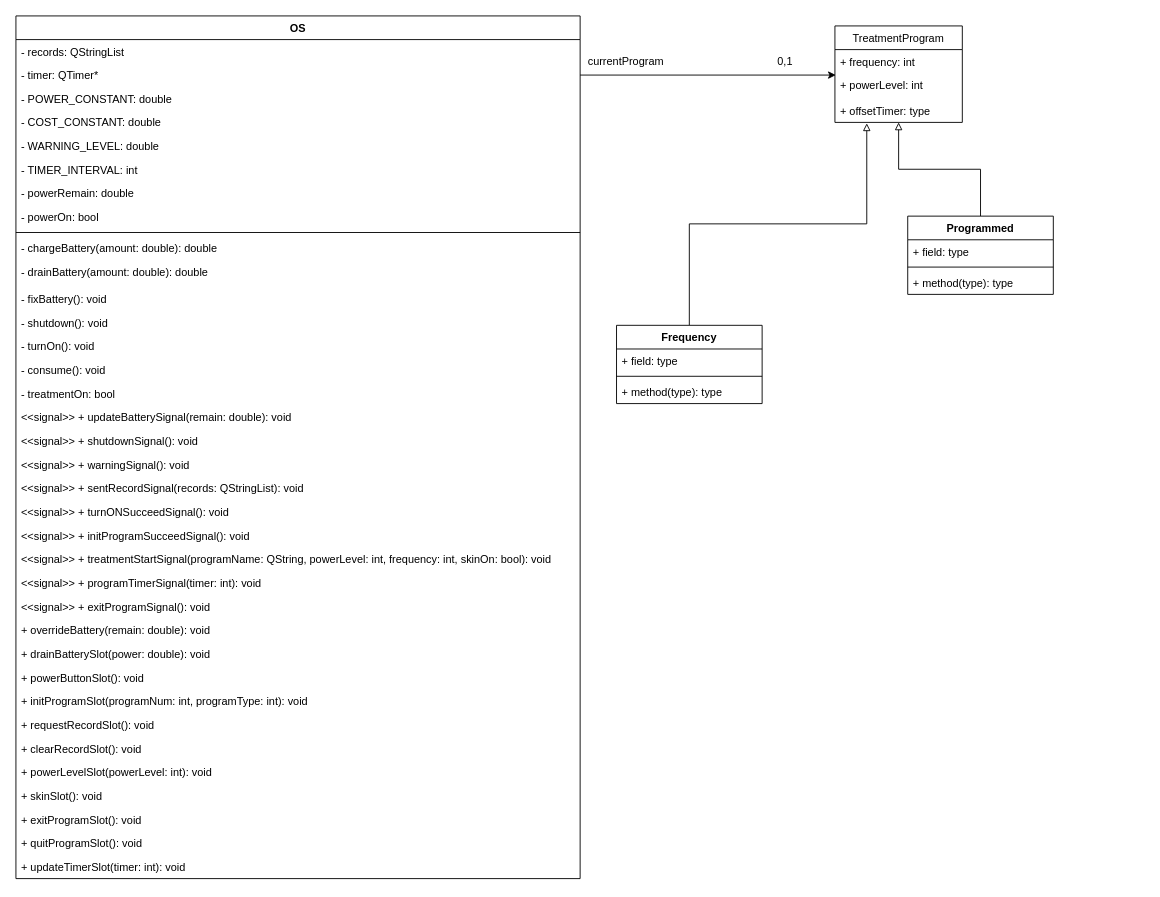
Before: uml/uml design.drawio in moxxxx/MCT-simulator, a draw.io diagram. Source tidied: cells renumbered, new cells numbered last; positions are measured from the earlier drawing's top-left corner, leaving out a move shared by most shapes. Both pictures are drawn from the tidied source at 91%, with x=0, y=0 at pixel (15, 15).
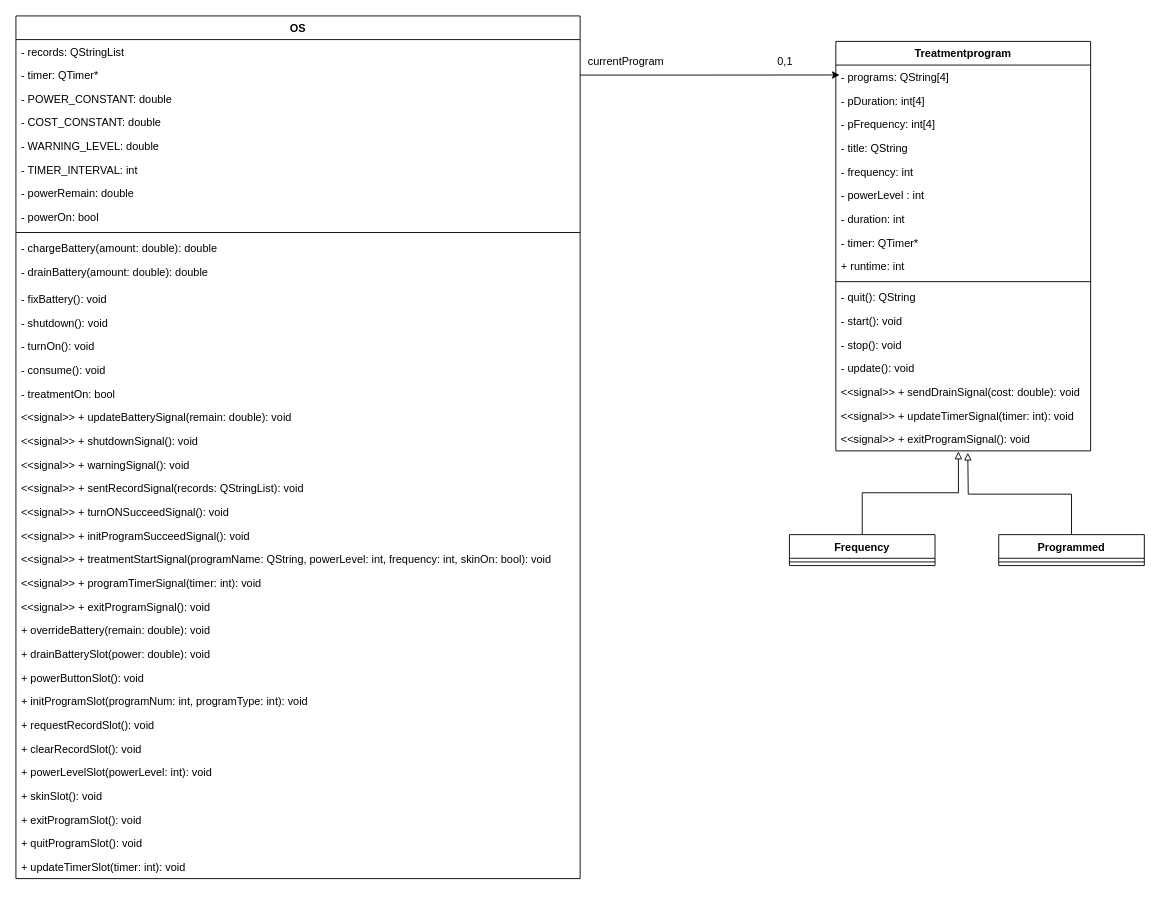
After the change.

The change refers to these unchanged cells:
```xml
<mxCell id="4" value="- timer: QTimer*" style="text;strokeColor=none;fillColor=none;align=left;verticalAlign=top;spacingLeft=4;spacingRight=4;overflow=hidden;points=[[0,0.5],[1,0.5]];portConstraint=eastwest;" parent="2" vertex="1">
  <mxGeometry y="52" width="620" height="26" as="geometry" />
</mxCell>
```

What changed in the source:
```diff
@@
-    <mxCell id="39" value="TreatmentProgram" style="swimlane;fontStyle=0;horizontal=1;startSize=26;fillColor=none;" parent="1" vertex="1">
-      <mxGeometry x="900" y="11" width="140" height="106" as="geometry" />
-    </mxCell>
-    <mxCell id="40" value="+ frequency: int" style="text;strokeColor=none;fillColor=none;align=left;verticalAlign=top;spacingLeft=4;spacingRight=4;overflow=hidden;" parent="39" vertex="1">
-      <mxGeometry y="26" width="140" height="26" as="geometry" />
-    </mxCell>
-    <mxCell id="41" value="+ powerLevel: int" style="text;strokeColor=none;fillColor=none;align=left;verticalAlign=top;spacingLeft=4;spacingRight=4;overflow=hidden;points=[[0,0.5],[1,0.5]];portConstraint=eastwest;" parent="39" vertex="1">
-      <mxGeometry y="52" width="140" height="28" as="geometry" />
-    </mxCell>
-    <mxCell id="42" value="+ offsetTimer: type" style="text;strokeColor=none;fillColor=none;align=left;verticalAlign=top;spacingLeft=4;spacingRight=4;overflow=hidden;points=[[0,0.5],[1,0.5]];portConstraint=eastwest;" parent="39" vertex="1">
-      <mxGeometry y="80" width="140" height="26" as="geometry" />
-    </mxCell>
-    <mxCell id="43" style="edgeStyle=orthogonalEdgeStyle;rounded=0;jettySize=auto;html=1;entryX=0.25;entryY=1.038;entryDx=0;entryDy=0;entryPerimeter=0;endArrow=block;endFill=0;" parent="1" edge="1" source="44" target="42">
+    <mxCell id="43" style="edgeStyle=orthogonalEdgeStyle;rounded=0;jettySize=auto;html=1;endArrow=block;endFill=0;entryX=0.481;entryY=1.026;entryDx=0;entryDy=0;entryPerimeter=0;" parent="1" edge="1" source="44" target="73">
       <mxGeometry relative="1" as="geometry" />
     </mxCell>
     <mxCell id="44" value="Frequency" style="swimlane;fontStyle=1;align=center;verticalAlign=top;horizontal=1;startSize=26;" parent="1" vertex="1">
-      <mxGeometry x="660" y="340" width="160" height="86" as="geometry" />
+      <mxGeometry x="850" y="570" width="160" height="34" as="geometry" />
     </mxCell>
-    <mxCell id="45" value="+ field: type" style="text;strokeColor=none;fillColor=none;align=left;verticalAlign=top;spacingLeft=4;spacingRight=4;overflow=hidden;" parent="44" vertex="1">
-      <mxGeometry y="26" width="160" height="26" as="geometry" />
-    </mxCell>
     <mxCell id="46" style="line;strokeWidth=1;fillColor=none;align=left;verticalAlign=middle;spacingTop=-1;spacingLeft=3;spacingRight=3;labelPosition=right;" parent="44" vertex="1">
-      <mxGeometry y="52" width="160" height="8" as="geometry" />
+      <mxGeometry y="26" width="160" height="8" as="geometry" />
     </mxCell>
-    <mxCell id="47" value="+ method(type): type" style="text;strokeColor=none;fillColor=none;align=left;verticalAlign=top;spacingLeft=4;spacingRight=4;overflow=hidden;" parent="44" vertex="1">
-      <mxGeometry y="60" width="160" height="26" as="geometry" />
-    </mxCell>
-    <mxCell id="48" style="edgeStyle=orthogonalEdgeStyle;rounded=0;jettySize=auto;html=1;endArrow=block;endFill=0;" parent="1" edge="1" source="49" target="39">
-      <mxGeometry relative="1" as="geometry" />
-    </mxCell>
     <mxCell id="49" value="Programmed" style="swimlane;fontStyle=1;align=center;verticalAlign=top;horizontal=1;startSize=26;" parent="1" vertex="1">
-      <mxGeometry x="980" y="220" width="160" height="86" as="geometry" />
+      <mxGeometry x="1080" y="570" width="160" height="34" as="geometry" />
     </mxCell>
-    <mxCell id="50" value="+ field: type" style="text;strokeColor=none;fillColor=none;align=left;verticalAlign=top;spacingLeft=4;spacingRight=4;overflow=hidden;" parent="49" vertex="1">
-      <mxGeometry y="26" width="160" height="26" as="geometry" />
-    </mxCell>
     <mxCell id="51" style="line;strokeWidth=1;fillColor=none;align=left;verticalAlign=middle;spacingTop=-1;spacingLeft=3;spacingRight=3;labelPosition=right;" parent="49" vertex="1">
-      <mxGeometry y="52" width="160" height="8" as="geometry" />
+      <mxGeometry y="26" width="160" height="8" as="geometry" />
     </mxCell>
-    <mxCell id="52" value="+ method(type): type" style="text;strokeColor=none;fillColor=none;align=left;verticalAlign=top;spacingLeft=4;spacingRight=4;overflow=hidden;" parent="49" vertex="1">
-      <mxGeometry y="60" width="160" height="26" as="geometry" />
-    </mxCell>
-    <mxCell id="53" style="edgeStyle=orthogonalEdgeStyle;rounded=0;jettySize=auto;html=1;exitX=1;exitY=0.5;exitDx=0;exitDy=0;entryX=0.007;entryY=0.071;entryDx=0;entryDy=0;entryPerimeter=0;" parent="1" edge="1" source="4" target="41">
+    <mxCell id="53" style="edgeStyle=orthogonalEdgeStyle;rounded=0;jettySize=auto;html=1;exitX=1;exitY=0.5;exitDx=0;exitDy=0;entryX=0.015;entryY=0.082;entryDx=0;entryDy=0;entryPerimeter=0;" parent="1" edge="1" source="4" target="56">
       <mxGeometry relative="1" as="geometry" />
     </mxCell>
@@
+    <mxCell id="56" value="Treatmentprogram" style="swimlane;fontStyle=1;align=center;verticalAlign=top;horizontal=1;startSize=26;" parent="1" vertex="1">
+      <mxGeometry x="901" y="28" width="280" height="450" as="geometry" />
+    </mxCell>
+    <mxCell id="57" value="- programs: QString[4]" style="text;strokeColor=none;fillColor=none;align=left;verticalAlign=top;spacingLeft=4;spacingRight=4;overflow=hidden;" parent="56" vertex="1">
+      <mxGeometry y="26" width="280" height="26" as="geometry" />
+    </mxCell>
+    <mxCell id="58" value="- pDuration: int[4]" style="text;strokeColor=none;fillColor=none;align=left;verticalAlign=top;spacingLeft=4;spacingRight=4;overflow=hidden;" parent="56" vertex="1">
+      <mxGeometry y="52" width="280" height="26" as="geometry" />
+    </mxCell>
+    <mxCell id="59" value="- pFrequency: int[4]" style="text;strokeColor=none;fillColor=none;align=left;verticalAlign=top;spacingLeft=4;spacingRight=4;overflow=hidden;" parent="56" vertex="1">
+      <mxGeometry y="78" width="280" height="26" as="geometry" />
+    </mxCell>
+    <mxCell id="60" value="- title: QString" style="text;strokeColor=none;fillColor=none;align=left;verticalAlign=top;spacingLeft=4;spacingRight=4;overflow=hidden;" parent="56" vertex="1">
+      <mxGeometry y="104" width="280" height="26" as="geometry" />
+    </mxCell>
+    <mxCell id="61" value="- frequency: int" style="text;strokeColor=none;fillColor=none;align=left;verticalAlign=top;spacingLeft=4;spacingRight=4;overflow=hidden;" parent="56" vertex="1">
+      <mxGeometry y="130" width="280" height="26" as="geometry" />
+    </mxCell>
+    <mxCell id="62" value="- powerLevel : int" style="text;strokeColor=none;fillColor=none;align=left;verticalAlign=top;spacingLeft=4;spacingRight=4;overflow=hidden;" parent="56" vertex="1">
+      <mxGeometry y="156" width="280" height="26" as="geometry" />
+    </mxCell>
+    <mxCell id="63" value="- duration: int" style="text;strokeColor=none;fillColor=none;align=left;verticalAlign=top;spacingLeft=4;spacingRight=4;overflow=hidden;" parent="56" vertex="1">
+      <mxGeometry y="182" width="280" height="26" as="geometry" />
+    </mxCell>
+    <mxCell id="64" value="- timer: QTimer*" style="text;strokeColor=none;fillColor=none;align=left;verticalAlign=top;spacingLeft=4;spacingRight=4;overflow=hidden;" parent="56" vertex="1">
+      <mxGeometry y="208" width="280" height="26" as="geometry" />
+    </mxCell>
+    <mxCell id="65" value="+ runtime: int" style="text;strokeColor=none;fillColor=none;align=left;verticalAlign=top;spacingLeft=4;spacingRight=4;overflow=hidden;" parent="56" vertex="1">
+      <mxGeometry y="234" width="280" height="26" as="geometry" />
+    </mxCell>
+    <mxCell id="66" style="line;strokeWidth=1;fillColor=none;align=left;verticalAlign=middle;spacingTop=-1;spacingLeft=3;spacingRight=3;labelPosition=right;" parent="56" vertex="1">
+      <mxGeometry y="260" width="280" height="8" as="geometry" />
+    </mxCell>
+    <mxCell id="67" value="- quit(): QString" style="text;strokeColor=none;fillColor=none;align=left;verticalAlign=top;spacingLeft=4;spacingRight=4;overflow=hidden;" parent="56" vertex="1">
+      <mxGeometry y="268" width="280" height="26" as="geometry" />
+    </mxCell>
+    <mxCell id="68" value="- start(): void" style="text;strokeColor=none;fillColor=none;align=left;verticalAlign=top;spacingLeft=4;spacingRight=4;overflow=hidden;" parent="56" vertex="1">
+      <mxGeometry y="294" width="280" height="26" as="geometry" />
+    </mxCell>
+    <mxCell id="69" value="- stop(): void" style="text;strokeColor=none;fillColor=none;align=left;verticalAlign=top;spacingLeft=4;spacingRight=4;overflow=hidden;" parent="56" vertex="1">
+      <mxGeometry y="320" width="280" height="26" as="geometry" />
+    </mxCell>
+    <mxCell id="70" value="- update(): void" style="text;strokeColor=none;fillColor=none;align=left;verticalAlign=top;spacingLeft=4;spacingRight=4;overflow=hidden;" parent="56" vertex="1">
+      <mxGeometry y="346" width="280" height="26" as="geometry" />
+    </mxCell>
+    <mxCell id="71" value="&lt;&lt;signal&gt;&gt; + sendDrainSignal(cost: double): void" style="text;strokeColor=none;fillColor=none;align=left;verticalAlign=top;spacingLeft=4;spacingRight=4;overflow=hidden;" parent="56" vertex="1">
+      <mxGeometry y="372" width="280" height="26" as="geometry" />
+    </mxCell>
+    <mxCell id="72" value="&lt;&lt;signal&gt;&gt; + updateTimerSignal(timer: int): void" style="text;strokeColor=none;fillColor=none;align=left;verticalAlign=top;spacingLeft=4;spacingRight=4;overflow=hidden;" parent="56" vertex="1">
+      <mxGeometry y="398" width="280" height="26" as="geometry" />
+    </mxCell>
+    <mxCell id="73" value="&lt;&lt;signal&gt;&gt; + exitProgramSignal(): void" style="text;strokeColor=none;fillColor=none;align=left;verticalAlign=top;spacingLeft=4;spacingRight=4;overflow=hidden;points=[[0,0.5],[1,0.5]];portConstraint=eastwest;" parent="56" vertex="1">
+      <mxGeometry y="424" width="280" height="26" as="geometry" />
+    </mxCell>
+    <mxCell id="74" style="edgeStyle=orthogonalEdgeStyle;rounded=0;jettySize=auto;html=1;endArrow=block;endFill=0;exitX=0.5;exitY=0;exitDx=0;exitDy=0;" parent="1" edge="1" source="49">
+      <mxGeometry relative="1" as="geometry">
+        <mxPoint x="1046" y="480" as="targetPoint" />
+      </mxGeometry>
+    </mxCell>
```
